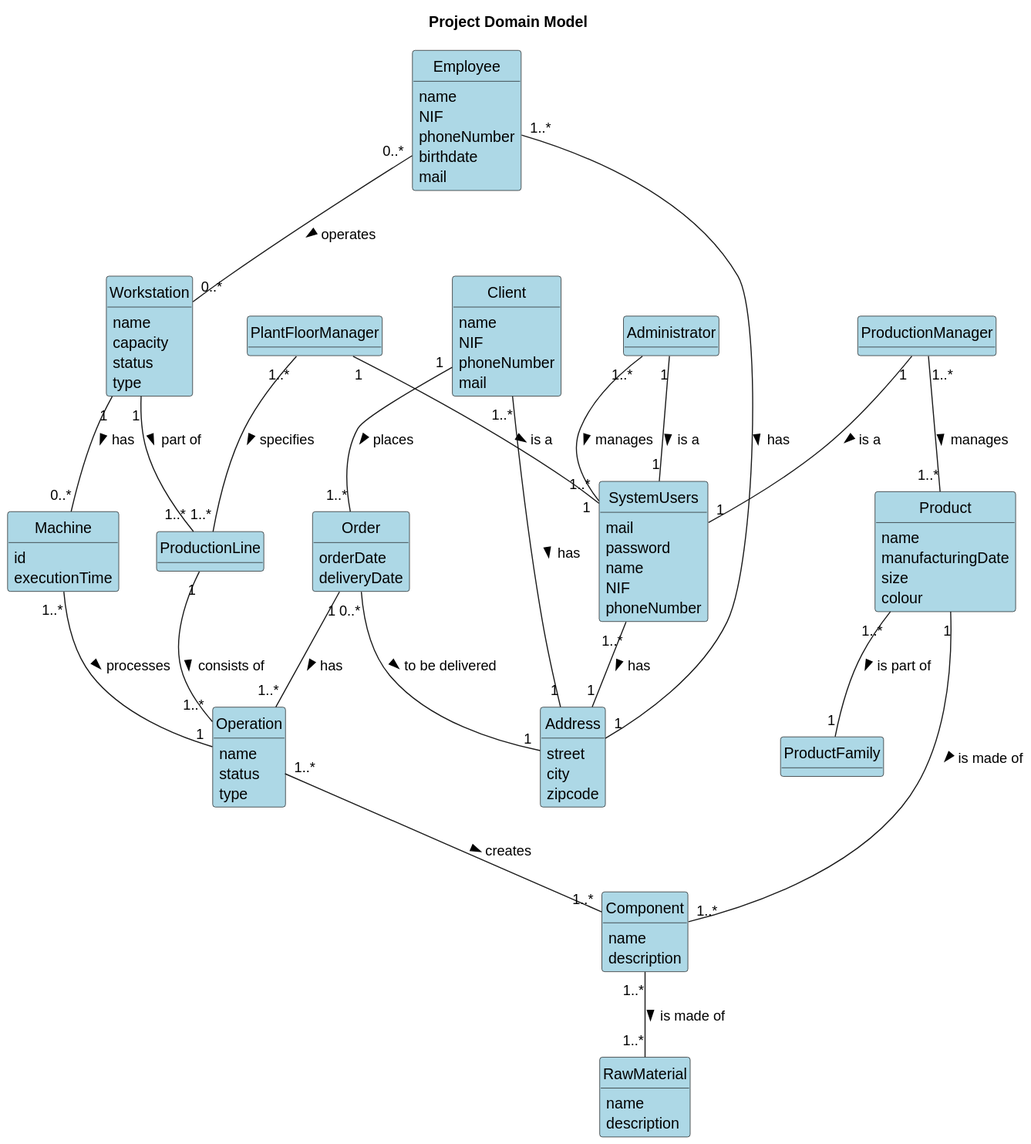
The PlantUML diagram others/documentation/global-artifacts/svg/domain-model-Project_Domain_Model.svg in ricardomm7/buildflow, before a commit.
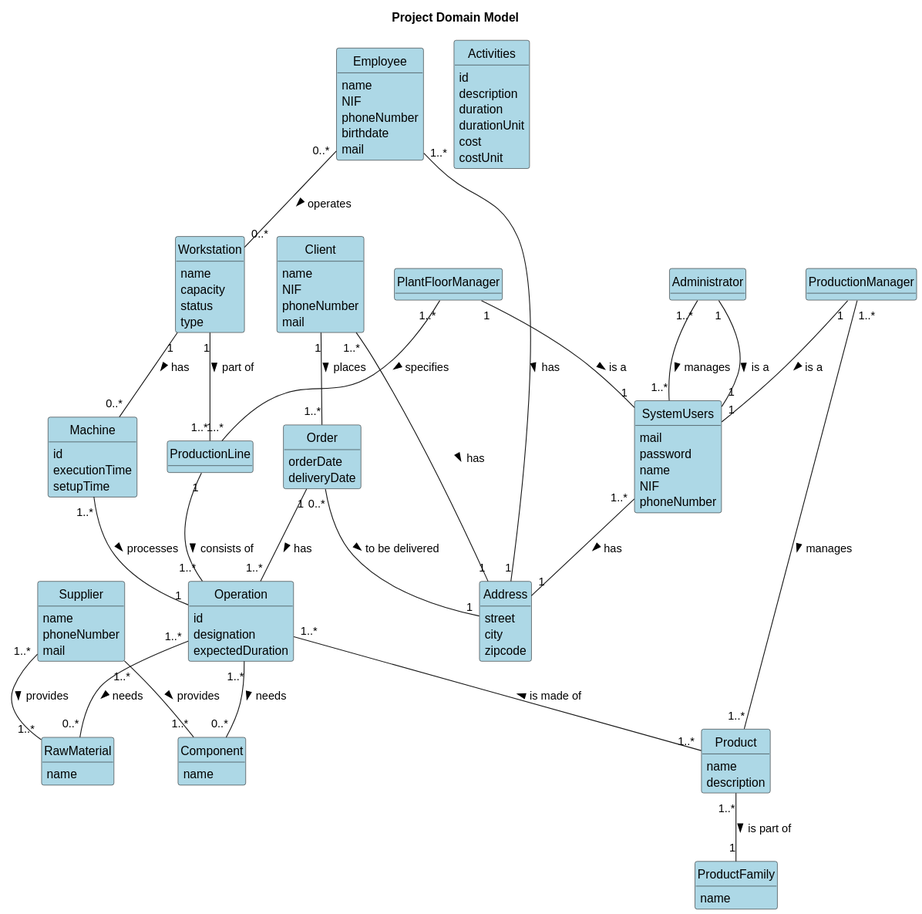
The same file after the commit.

Commit message:
docs: Updates in the domain model.

Change to the diagram source:
```diff
@@ -6,14 +6,17 @@
 hide circle
 hide methods
 
+
 title Project Domain Model
 
 class ProductionLine{
 
 }
+
 class Administrator{
 
 }
+
 class SystemUsers{
     mail
     password
@@ -21,6 +24,7 @@
     NIF
     phoneNumber
 }
+
 class PlantFloorManager{
 
 }
@@ -30,24 +34,21 @@
 
 class RawMaterial {
     name
-    description
 }
 
 class Product {
     name
-    manufacturingDate
-    size
-    colour
+    description
 }
 
 class Component {
     name
-    description
 }
 
 class Machine {
     id
     executionTime
+    setupTime
 }
 
 class Employee {
@@ -59,9 +60,9 @@
 }
 
 class Operation {
-    name
-    status
-    type
+    id
+    designation
+    expectedDuration
 }
 
 class Workstation {
@@ -70,7 +71,6 @@
     status
     type
 }
-
 
 class Order {
     product(s)
@@ -92,8 +92,30 @@
 }
 
 class ProductFamily {
+    name
+}
 
+class Supplier{
+    name
+    phoneNumber
+    mail
 }
+
+class Activities {
+    id
+    description
+    duration
+    durationUnit
+    cost
+    costUnit
+}
+
+Supplier "1..*" -- "1..*" RawMaterial : provides >
+Supplier "1..*" -- "1..*" Component : provides >
+
+
+Operation "1..*" -- "0..*" RawMaterial : needs >
+Operation "1..*" -- "0..*" Component : needs >
 
 Administrator"1" -- "1" SystemUsers: is a >
 ProductionManager"1" -- "1" SystemUsers: is a >
@@ -102,20 +124,16 @@
 PlantFloorManager"1..*" -- "1..*" ProductionLine: specifies >
 Workstation "1" -- "0..*" Machine: has >
 ProductionManager "1..*" -- "1..*" Product: manages >
-Component "1..*" -- "1..*" RawMaterial: is made of >
-Product "1" -- "1..*" Component : is made of >
-Operation "1..*" -- "1..*" Component : creates >
+Operation "1..*" -- "1..*" Product : is made of <
 Order "1" -- "1..*" Operation : has >
 Client "1" -- "1..*" Order : places >
 Machine "1..*" -- "1" Operation : processes >
 Employee "0..*" -- "0..*" Workstation : operates >
 Workstation "1" -- "1..*" ProductionLine : part of >
-
 Client "1..*" -- "1" Address : has >
 Order "0..*" -- "1" Address : to be delivered >
 Employee "1..*" -- "1" Address : has >
 SystemUsers "1..*" -- "1" Address : has >
-
 Product "1..*" -- "1" ProductFamily : is part of >
 ProductionLine "1" -- "1..*" Operation : consists of >
 @enduml
```
